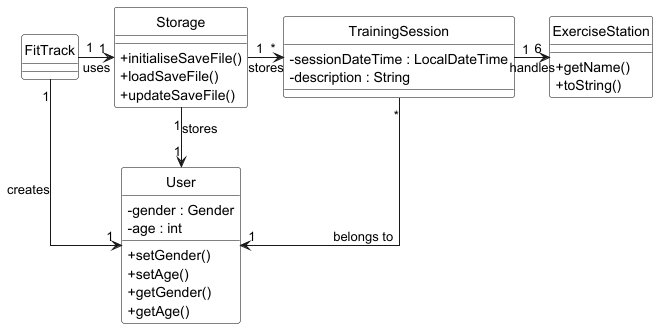
This is docs/Images/Class_Storage.png from nus-cs2113-AY2425S1/tp, a PlantUML export, as it was before one commit.
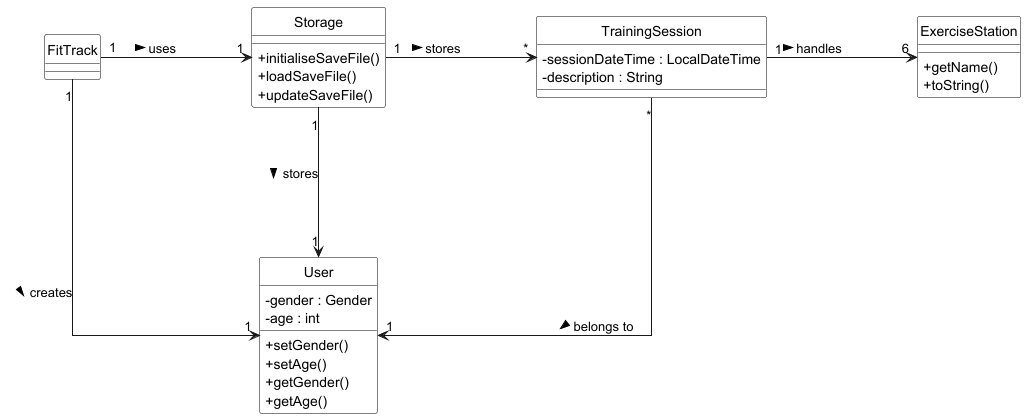
Later version of the same file.

Change to the diagram source:
```diff
@@ -1,5 +1,7 @@
 @startuml
 skinparam linetype ortho
+skinparam nodesep 150
+skinparam ranksep 150
 hide circle
 skinparam classAttributeIconSize 0
 skinparam classBackgroundColor White
@@ -33,13 +35,13 @@
     +getAge()
 }
 
-FitTrack "1" -> "1" Storage : uses
-FitTrack "1" --> "1" User : creates
+FitTrack "1" -> "1" Storage : uses >
+FitTrack "1" --> "1" User : creates >
 
-Storage "1" -> "*" TrainingSession : stores
-Storage "1" --> "1" User : stores
+Storage "1" -> "*" TrainingSession : stores >
+Storage "1" --> "1" User : stores >
 
-TrainingSession "*" --> "1" User : belongs to
-TrainingSession "1" -> "6" ExerciseStation : handles
+TrainingSession "*" --> "1" User : belongs to >
+TrainingSession "1" -> "6" ExerciseStation : handles >
 
 @enduml
```
